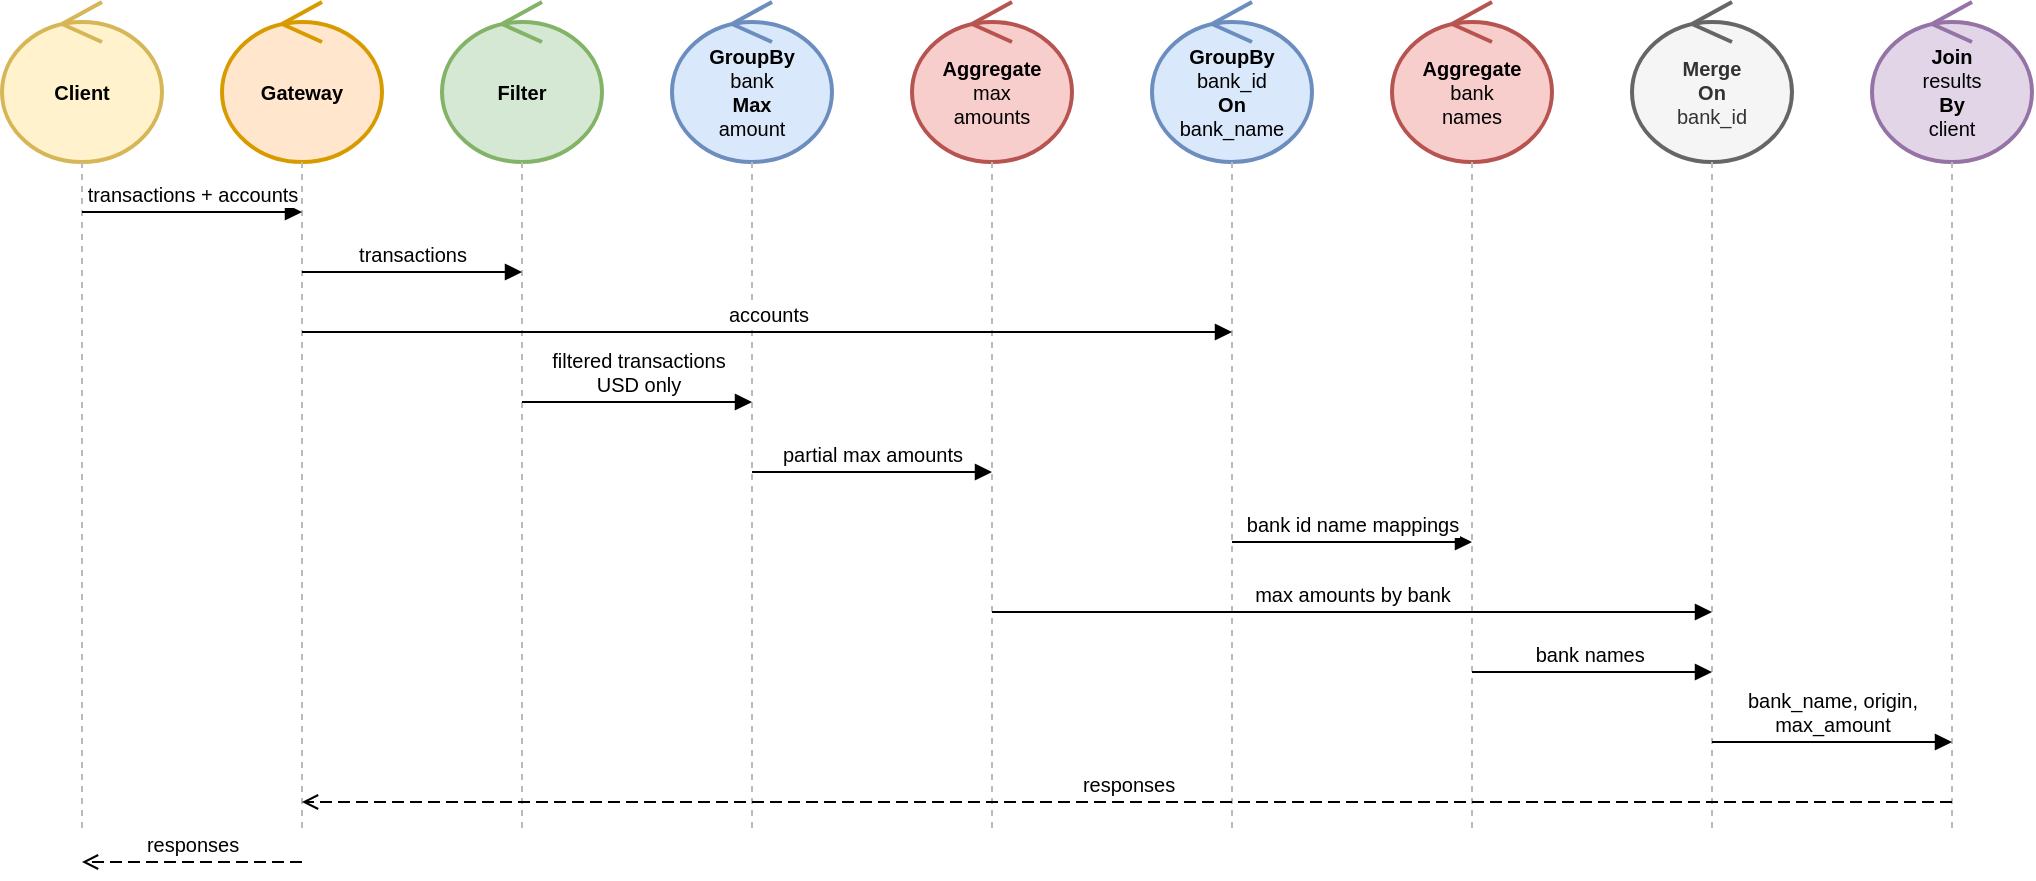
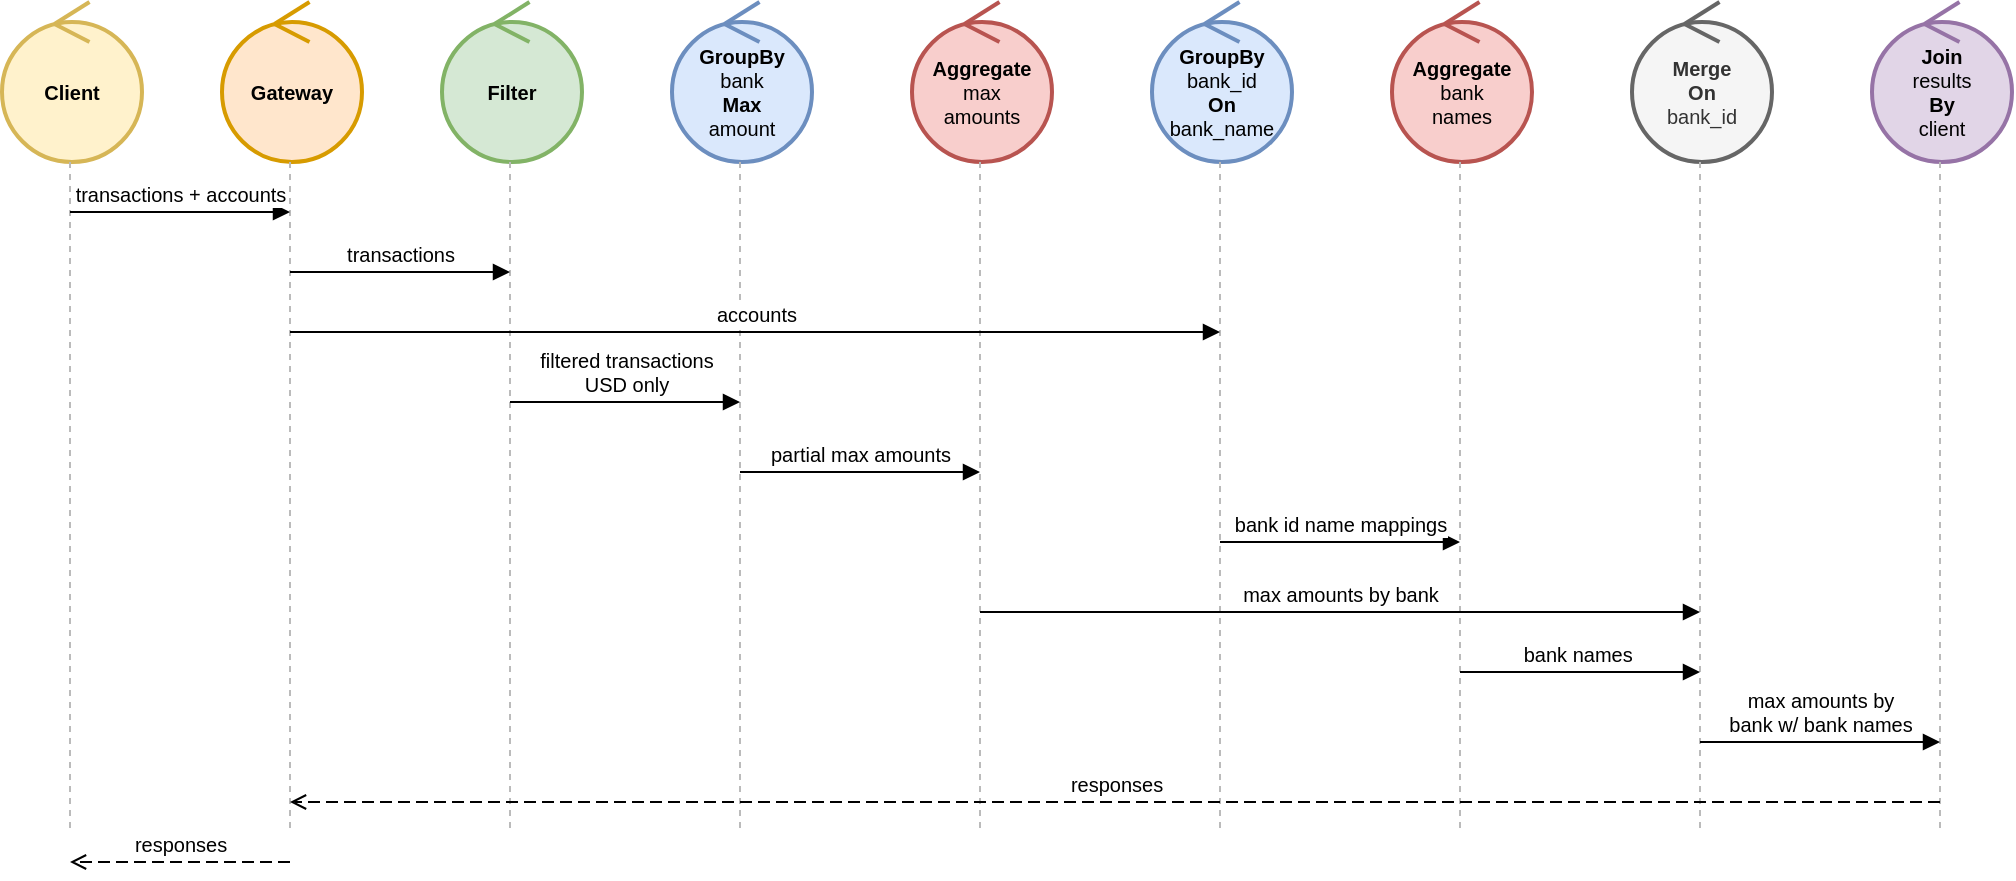
- <mxfile host="Electron">
+ <mxfile host="Electron" agent="Mozilla/5.0 (X11; Linux x86_64) AppleWebKit/537.36 (KHTML, like Gecko) draw.io/29.6.1 Chrome/142.0.7444.265 Electron/39.5.2 Safari/537.36" version="29.6.1">
  <diagram id="uc2-sequence" name="UC2">
-     <mxGraphModel dx="693" dy="784" grid="1" gridSize="10" guides="1" tooltips="1" connect="1" arrows="1" fold="1" page="1" pageScale="1" pageWidth="1200" pageHeight="520" math="0" shadow="0">
+     <mxGraphModel dx="861" dy="587" grid="1" gridSize="10" guides="1" tooltips="1" connect="1" arrows="1" fold="1" page="1" pageScale="1" pageWidth="1200" pageHeight="520" math="0" shadow="0">
      <root>
        <mxCell id="0" />
        <mxCell id="1" parent="0" />
        <mxCell id="p1" parent="1" style="ellipse;shape=umlControl;whiteSpace=wrap;html=1;strokeWidth=2;fillColor=#fff2cc;strokeColor=#d6b656;fontSize=10;" value="&lt;b&gt;Client&lt;/b&gt;" vertex="1">
-           <mxGeometry height="80" width="80" x="30" y="15" as="geometry" />
+           <mxGeometry height="80" width="70" x="36" y="15" as="geometry" />
        </mxCell>
        <mxCell id="p2" parent="1" style="ellipse;shape=umlControl;whiteSpace=wrap;html=1;strokeWidth=2;fillColor=#ffe6cc;strokeColor=#d79b00;fontSize=10;" value="&lt;b&gt;Gateway&lt;/b&gt;" vertex="1">
-           <mxGeometry height="80" width="80" x="140" y="15" as="geometry" />
+           <mxGeometry height="80" width="70" x="146" y="15" as="geometry" />
        </mxCell>
        <mxCell id="p3" parent="1" style="ellipse;shape=umlControl;whiteSpace=wrap;html=1;strokeWidth=2;fillColor=#d5e8d4;strokeColor=#82b366;fontSize=10;" value="&lt;b&gt;Filter&lt;/b&gt;" vertex="1">
-           <mxGeometry height="80" width="80" x="250" y="15" as="geometry" />
+           <mxGeometry height="80" width="70" x="256" y="15" as="geometry" />
        </mxCell>
        <mxCell id="p4" parent="1" style="ellipse;shape=umlControl;whiteSpace=wrap;html=1;strokeWidth=2;fillColor=#dae8fc;strokeColor=#6c8ebf;fontSize=10;" value="&lt;b&gt;GroupBy&lt;/b&gt;&lt;div&gt;bank&lt;/div&gt;&lt;div&gt;&lt;b&gt;Max&lt;/b&gt;&lt;/div&gt;&lt;div&gt;amount&lt;/div&gt;" vertex="1">
-           <mxGeometry height="80" width="80" x="365" y="15" as="geometry" />
+           <mxGeometry height="80" width="70" x="371" y="15" as="geometry" />
        </mxCell>
        <mxCell id="p5" parent="1" style="ellipse;shape=umlControl;whiteSpace=wrap;html=1;strokeWidth=2;fillColor=#f8cecc;strokeColor=#b85450;fontSize=10;" value="&lt;b&gt;Aggregate&lt;/b&gt;&lt;div&gt;max&lt;/div&gt;&lt;div&gt;amounts&lt;/div&gt;" vertex="1">
-           <mxGeometry height="80" width="80" x="485" y="15" as="geometry" />
+           <mxGeometry height="80" width="70" x="491" y="15" as="geometry" />
        </mxCell>
        <mxCell id="p6" parent="1" style="ellipse;shape=umlControl;whiteSpace=wrap;html=1;strokeWidth=2;fillColor=#dae8fc;strokeColor=#6c8ebf;fontSize=10;" value="&lt;b&gt;GroupBy&lt;/b&gt;&lt;div&gt;bank_id&lt;/div&gt;&lt;div&gt;&lt;b&gt;On&lt;/b&gt;&lt;/div&gt;&lt;div&gt;bank_name&lt;/div&gt;" vertex="1">
-           <mxGeometry height="80" width="80" x="605" y="15" as="geometry" />
+           <mxGeometry height="80" width="70" x="611" y="15" as="geometry" />
        </mxCell>
        <mxCell id="p7" parent="1" style="ellipse;shape=umlControl;whiteSpace=wrap;html=1;strokeWidth=2;fillColor=#f8cecc;strokeColor=#b85450;fontSize=10;" value="&lt;b&gt;Aggregate&lt;/b&gt;&lt;div&gt;bank&lt;/div&gt;&lt;div&gt;names&lt;/div&gt;" vertex="1">
-           <mxGeometry height="80" width="80" x="725" y="15" as="geometry" />
+           <mxGeometry height="80" width="70" x="731" y="15" as="geometry" />
        </mxCell>
        <mxCell id="p8" parent="1" style="ellipse;shape=umlControl;whiteSpace=wrap;html=1;strokeWidth=2;fillColor=#f5f5f5;strokeColor=#666666;fontSize=10;fontColor=#333333;" value="&lt;b&gt;Merge&lt;/b&gt;&lt;div&gt;&lt;b&gt;On&lt;/b&gt;&lt;/div&gt;&lt;div&gt;bank_id&lt;/div&gt;" vertex="1">
-           <mxGeometry height="80" width="80" x="845" y="15" as="geometry" />
+           <mxGeometry height="80" width="70" x="851" y="15" as="geometry" />
        </mxCell>
        <mxCell id="p9" parent="1" style="ellipse;shape=umlControl;whiteSpace=wrap;html=1;strokeWidth=2;fillColor=#e1d5e7;strokeColor=#9673a6;fontSize=10;" value="&lt;b&gt;Join&lt;/b&gt;&lt;div&gt;results&lt;/div&gt;&lt;div&gt;&lt;b&gt;By&lt;/b&gt;&lt;/div&gt;&lt;div&gt;client&lt;/div&gt;" vertex="1">
-           <mxGeometry height="80" width="80" x="965" y="15" as="geometry" />
+           <mxGeometry height="80" width="70" x="971" y="15" as="geometry" />
        </mxCell>
        <mxCell id="l1" edge="1" parent="1" style="endArrow=none;html=1;dashed=1;strokeColor=#BBBBBB;strokeWidth=1;">
          <mxGeometry relative="1" as="geometry">
            <mxPoint x="70" y="95" as="sourcePoint" />
            <mxPoint x="70" y="430" as="targetPoint" />
          </mxGeometry>
        </mxCell>
        <mxCell id="l2" edge="1" parent="1" style="endArrow=none;html=1;dashed=1;strokeColor=#BBBBBB;strokeWidth=1;">
          <mxGeometry relative="1" as="geometry">
            <mxPoint x="180" y="95" as="sourcePoint" />
            <mxPoint x="180" y="430" as="targetPoint" />
          </mxGeometry>
        </mxCell>
        <mxCell id="l3" edge="1" parent="1" style="endArrow=none;html=1;dashed=1;strokeColor=#BBBBBB;strokeWidth=1;">
          <mxGeometry relative="1" as="geometry">
            <mxPoint x="290" y="95" as="sourcePoint" />
            <mxPoint x="290" y="430" as="targetPoint" />
          </mxGeometry>
        </mxCell>
        <mxCell id="l4" edge="1" parent="1" style="endArrow=none;html=1;dashed=1;strokeColor=#BBBBBB;strokeWidth=1;">
          <mxGeometry relative="1" as="geometry">
            <mxPoint x="405" y="95" as="sourcePoint" />
            <mxPoint x="405" y="430" as="targetPoint" />
          </mxGeometry>
        </mxCell>
        <mxCell id="l5" edge="1" parent="1" style="endArrow=none;html=1;dashed=1;strokeColor=#BBBBBB;strokeWidth=1;">
          <mxGeometry relative="1" as="geometry">
            <mxPoint x="525" y="95" as="sourcePoint" />
            <mxPoint x="525" y="430" as="targetPoint" />
          </mxGeometry>
        </mxCell>
        <mxCell id="l6" edge="1" parent="1" style="endArrow=none;html=1;dashed=1;strokeColor=#BBBBBB;strokeWidth=1;">
          <mxGeometry relative="1" as="geometry">
            <mxPoint x="645" y="95" as="sourcePoint" />
            <mxPoint x="645" y="430" as="targetPoint" />
          </mxGeometry>
        </mxCell>
        <mxCell id="l7" edge="1" parent="1" style="endArrow=none;html=1;dashed=1;strokeColor=#BBBBBB;strokeWidth=1;">
          <mxGeometry relative="1" as="geometry">
            <mxPoint x="765" y="95" as="sourcePoint" />
            <mxPoint x="765" y="430" as="targetPoint" />
          </mxGeometry>
        </mxCell>
        <mxCell id="l8" edge="1" parent="1" style="endArrow=none;html=1;dashed=1;strokeColor=#BBBBBB;strokeWidth=1;">
          <mxGeometry relative="1" as="geometry">
            <mxPoint x="885" y="95" as="sourcePoint" />
            <mxPoint x="885" y="430" as="targetPoint" />
          </mxGeometry>
        </mxCell>
        <mxCell id="l9" edge="1" parent="1" style="endArrow=none;html=1;dashed=1;strokeColor=#BBBBBB;strokeWidth=1;">
          <mxGeometry relative="1" as="geometry">
            <mxPoint x="1005" y="95" as="sourcePoint" />
            <mxPoint x="1005" y="430" as="targetPoint" />
          </mxGeometry>
        </mxCell>
        <mxCell id="m1" edge="1" parent="1" style="endArrow=block;endFill=1;html=1;fontSize=10;verticalAlign=bottom;fontFamily=Helvetica;" value="transactions + accounts">
          <mxGeometry relative="1" as="geometry">
            <mxPoint x="70" y="120" as="sourcePoint" />
            <mxPoint x="180" y="120" as="targetPoint" />
          </mxGeometry>
        </mxCell>
        <mxCell id="m2" edge="1" parent="1" style="endArrow=block;endFill=1;html=1;fontSize=10;verticalAlign=bottom;fontFamily=Helvetica;" value="transactions">
          <mxGeometry relative="1" as="geometry">
            <mxPoint x="180" y="150" as="sourcePoint" />
            <mxPoint x="290" y="150" as="targetPoint" />
          </mxGeometry>
        </mxCell>
        <mxCell id="m3" edge="1" parent="1" style="endArrow=block;endFill=1;html=1;fontSize=10;verticalAlign=bottom;fontFamily=Helvetica;" value="accounts">
          <mxGeometry relative="1" as="geometry">
            <mxPoint x="180" y="180" as="sourcePoint" />
            <mxPoint x="645" y="180" as="targetPoint" />
          </mxGeometry>
        </mxCell>
        <mxCell id="m4" edge="1" parent="1" style="endArrow=block;endFill=1;html=1;fontSize=10;verticalAlign=bottom;fontFamily=Helvetica;" value="filtered transactions&lt;div&gt;USD only&lt;/div&gt;">
          <mxGeometry relative="1" as="geometry">
            <mxPoint x="290" y="215" as="sourcePoint" />
            <mxPoint x="405" y="215" as="targetPoint" />
          </mxGeometry>
        </mxCell>
        <mxCell id="m5" edge="1" parent="1" style="endArrow=block;endFill=1;html=1;fontSize=10;verticalAlign=bottom;fontFamily=Helvetica;" value="partial max amounts">
          <mxGeometry relative="1" as="geometry">
            <mxPoint x="405" y="250" as="sourcePoint" />
            <mxPoint x="525" y="250" as="targetPoint" />
          </mxGeometry>
        </mxCell>
        <mxCell id="m6" edge="1" parent="1" style="endArrow=block;endFill=1;html=1;fontSize=10;verticalAlign=bottom;fontFamily=Helvetica;" value="bank id name mappings">
          <mxGeometry relative="1" as="geometry">
            <mxPoint x="645" y="285" as="sourcePoint" />
            <mxPoint x="765" y="285" as="targetPoint" />
          </mxGeometry>
        </mxCell>
        <mxCell id="m7" edge="1" parent="1" style="endArrow=block;endFill=1;html=1;fontSize=10;verticalAlign=bottom;fontFamily=Helvetica;" value="max amounts by bank">
          <mxGeometry relative="1" as="geometry">
            <mxPoint x="525" y="320" as="sourcePoint" />
            <mxPoint x="885" y="320" as="targetPoint" />
          </mxGeometry>
        </mxCell>
        <mxCell id="m8" edge="1" parent="1" style="endArrow=block;endFill=1;html=1;fontSize=10;verticalAlign=bottom;fontFamily=Helvetica;" value="bank names&amp;nbsp;">
          <mxGeometry relative="1" as="geometry">
            <mxPoint x="765" y="350" as="sourcePoint" />
            <mxPoint x="885" y="350" as="targetPoint" />
          </mxGeometry>
        </mxCell>
-         <mxCell id="m9" edge="1" parent="1" style="endArrow=block;endFill=1;html=1;fontSize=10;verticalAlign=bottom;fontFamily=Helvetica;" value="bank_name, origin,&lt;div&gt;max_amount&lt;/div&gt;">
+         <mxCell id="m9" edge="1" parent="1" style="endArrow=block;endFill=1;html=1;fontSize=10;verticalAlign=bottom;fontFamily=Helvetica;" value="max amounts by&lt;div&gt;bank w/ bank names&lt;/div&gt;">
          <mxGeometry relative="1" as="geometry">
            <mxPoint x="885" y="385" as="sourcePoint" />
            <mxPoint x="1005" y="385" as="targetPoint" />
          </mxGeometry>
        </mxCell>
        <mxCell id="m10" edge="1" parent="1" style="endArrow=open;endFill=0;html=1;fontSize=10;verticalAlign=bottom;fontFamily=Helvetica;dashed=1;dashPattern=6 3;" value="responses">
          <mxGeometry relative="1" as="geometry">
            <mxPoint x="1005" y="415" as="sourcePoint" />
            <mxPoint x="180" y="415" as="targetPoint" />
          </mxGeometry>
        </mxCell>
        <mxCell id="m11" edge="1" parent="1" style="endArrow=open;endFill=0;html=1;fontSize=10;verticalAlign=bottom;fontFamily=Helvetica;dashed=1;dashPattern=6 3;" value="responses">
          <mxGeometry relative="1" as="geometry">
            <mxPoint x="180" y="445" as="sourcePoint" />
            <mxPoint x="70" y="445" as="targetPoint" />
          </mxGeometry>
        </mxCell>
      </root>
    </mxGraphModel>
  </diagram>
</mxfile>
